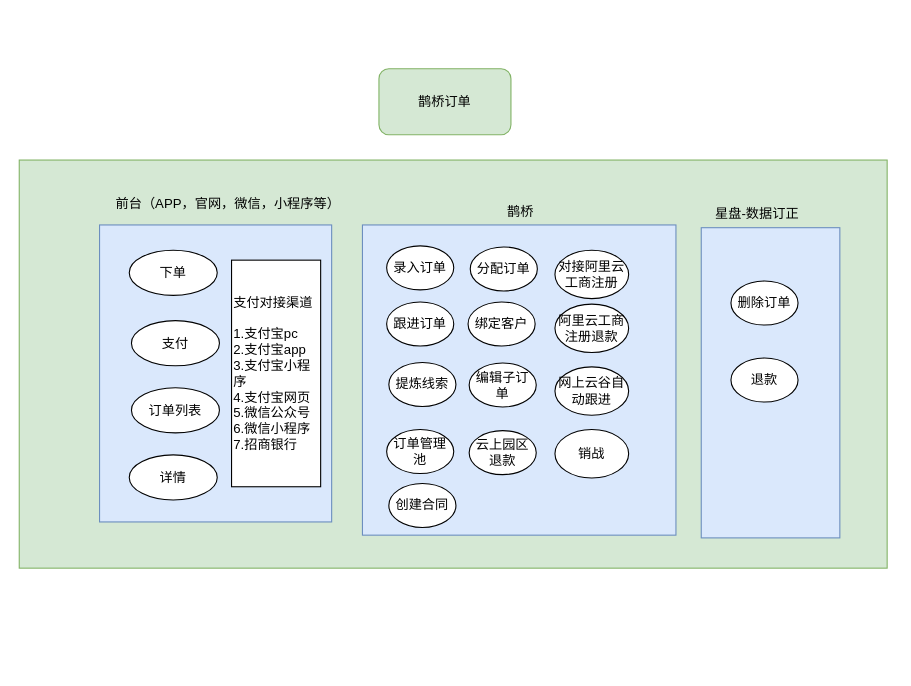
Earlier version of the draw.io diagram 订单用例.drawio (zhaoershuang/flow-chart). Source tidied: cells renumbered, new cells numbered last; positions are measured from the earlier drawing's top-left corner, leaving out a move shared by most shapes. Both pictures are drawn from the tidied source at 110%, with x=0, y=0 at pixel (19, 68).
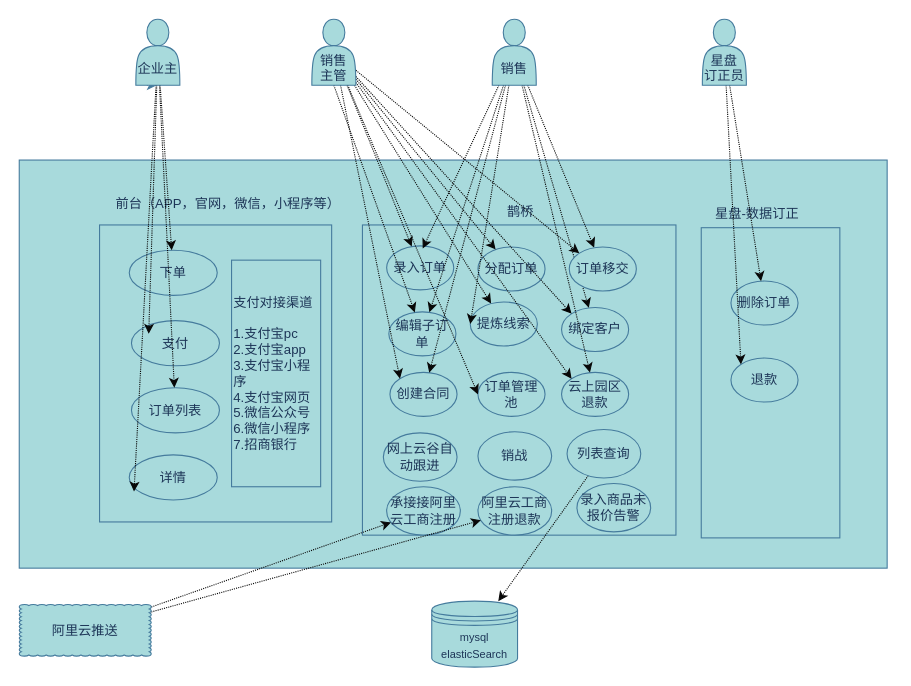
The same page after the edit.

Commit message (it also covers changes not shown here):
更新订单用例.drawio

The edit, as a diff of the source:
```diff
@@
-    <mxCell id="2" value="鹊桥订单" style="rounded=1;whiteSpace=wrap;html=1;fillColor=#d5e8d4;strokeColor=#82b366;" parent="1" vertex="1">
-      <mxGeometry x="327" width="120" height="60" as="geometry" />
-    </mxCell>
-    <mxCell id="3" style="rounded=0;whiteSpace=wrap;html=1;glass=0;fillColor=#d5e8d4;strokeColor=#82b366;" parent="1" vertex="1">
+    <mxCell id="3" style="whiteSpace=wrap;html=1;glass=0;fillColor=#A8DADC;strokeColor=#457B9D;fontColor=#1D3557;" parent="1" vertex="1">
       <mxGeometry y="83" width="789" height="371" as="geometry" />
     </mxCell>
-    <mxCell id="4" style="rounded=0;whiteSpace=wrap;html=1;glass=0;fillColor=#dae8fc;strokeColor=#6c8ebf;" parent="1" vertex="1">
+    <mxCell id="4" style="whiteSpace=wrap;html=1;glass=0;fillColor=#A8DADC;strokeColor=#457B9D;fontColor=#1D3557;" parent="1" vertex="1">
       <mxGeometry x="73" y="142" width="211" height="270" as="geometry" />
     </mxCell>
-    <mxCell id="5" value="前台（APP，官网，微信，小程序等）" style="text;html=1;strokeColor=none;fillColor=none;align=center;verticalAlign=middle;whiteSpace=wrap;rounded=0;glass=0;" parent="1" vertex="1">
+    <mxCell id="5" value="前台（APP，官网，微信，小程序等）" style="text;html=1;strokeColor=none;fillColor=none;align=center;verticalAlign=middle;whiteSpace=wrap;glass=0;fontColor=#1D3557;" parent="1" vertex="1">
       <mxGeometry x="68" y="110" width="244" height="25" as="geometry" />
     </mxCell>
-    <mxCell id="6" value="下单" style="ellipse;whiteSpace=wrap;html=1;rounded=0;glass=0;" parent="1" vertex="1">
+    <mxCell id="6" value="下单" style="ellipse;whiteSpace=wrap;html=1;glass=0;fillColor=#A8DADC;strokeColor=#457B9D;fontColor=#1D3557;" parent="1" vertex="1">
       <mxGeometry x="100" y="165" width="80" height="41" as="geometry" />
     </mxCell>
-    <mxCell id="7" value="支付" style="ellipse;whiteSpace=wrap;html=1;rounded=0;glass=0;" parent="1" vertex="1">
+    <mxCell id="7" value="支付" style="ellipse;whiteSpace=wrap;html=1;glass=0;fillColor=#A8DADC;strokeColor=#457B9D;fontColor=#1D3557;" parent="1" vertex="1">
       <mxGeometry x="102" y="229" width="80" height="41" as="geometry" />
     </mxCell>
-    <mxCell id="8" value="订单列表" style="ellipse;whiteSpace=wrap;html=1;rounded=0;glass=0;" parent="1" vertex="1">
+    <mxCell id="8" value="订单列表" style="ellipse;whiteSpace=wrap;html=1;glass=0;fillColor=#A8DADC;strokeColor=#457B9D;fontColor=#1D3557;" parent="1" vertex="1">
       <mxGeometry x="102" y="290" width="80" height="41" as="geometry" />
     </mxCell>
-    <mxCell id="9" value="详情" style="ellipse;whiteSpace=wrap;html=1;rounded=0;glass=0;" parent="1" vertex="1">
+    <mxCell id="9" value="详情" style="ellipse;whiteSpace=wrap;html=1;glass=0;fillColor=#A8DADC;strokeColor=#457B9D;fontColor=#1D3557;" parent="1" vertex="1">
       <mxGeometry x="100" y="351" width="80" height="41" as="geometry" />
     </mxCell>
-    <mxCell id="10" style="rounded=0;whiteSpace=wrap;html=1;glass=0;fillColor=#dae8fc;strokeColor=#6c8ebf;" parent="1" vertex="1">
+    <mxCell id="10" style="whiteSpace=wrap;html=1;glass=0;fillColor=#A8DADC;strokeColor=#457B9D;fontColor=#1D3557;" parent="1" vertex="1">
       <mxGeometry x="312" y="142" width="285" height="282" as="geometry" />
     </mxCell>
-    <mxCell id="11" value="鹊桥" style="text;html=1;strokeColor=none;fillColor=none;align=center;verticalAlign=middle;whiteSpace=wrap;rounded=0;glass=0;" parent="1" vertex="1">
+    <mxCell id="11" value="鹊桥" style="text;html=1;strokeColor=none;fillColor=none;align=center;verticalAlign=middle;whiteSpace=wrap;glass=0;fontColor=#1D3557;" parent="1" vertex="1">
       <mxGeometry x="334" y="117" width="244" height="25" as="geometry" />
     </mxCell>
-    <mxCell id="12" value="录入订单" style="ellipse;whiteSpace=wrap;html=1;rounded=0;glass=0;" parent="1" vertex="1">
+    <mxCell id="12" value="录入订单" style="ellipse;whiteSpace=wrap;html=1;glass=0;fillColor=#A8DADC;strokeColor=#457B9D;fontColor=#1D3557;" parent="1" vertex="1">
       <mxGeometry x="334" y="161" width="61" height="40" as="geometry" />
     </mxCell>
-    <mxCell id="13" value="分配订单" style="ellipse;whiteSpace=wrap;html=1;rounded=0;glass=0;" parent="1" vertex="1">
-      <mxGeometry x="410" y="162" width="61" height="40" as="geometry" />
+    <mxCell id="13" value="分配订单" style="ellipse;whiteSpace=wrap;html=1;glass=0;fillColor=#A8DADC;strokeColor=#457B9D;fontColor=#1D3557;" parent="1" vertex="1">
+      <mxGeometry x="417" y="162" width="61" height="40" as="geometry" />
     </mxCell>
-    <mxCell id="14" value="跟进订单" style="ellipse;whiteSpace=wrap;html=1;rounded=0;glass=0;" parent="1" vertex="1">
-      <mxGeometry x="334" y="212" width="61" height="40" as="geometry" />
-    </mxCell>
-    <mxCell id="15" value="绑定客户" style="ellipse;whiteSpace=wrap;html=1;rounded=0;glass=0;" parent="1" vertex="1">
-      <mxGeometry x="408" y="212" width="61" height="40" as="geometry" />
+    <mxCell id="15" value="绑定客户" style="ellipse;whiteSpace=wrap;html=1;glass=0;fillColor=#A8DADC;strokeColor=#457B9D;fontColor=#1D3557;" parent="1" vertex="1">
+      <mxGeometry x="493" y="217" width="61" height="40" as="geometry" />
     </mxCell>
-    <mxCell id="16" value="编辑子订单" style="ellipse;whiteSpace=wrap;html=1;rounded=0;glass=0;" parent="1" vertex="1">
-      <mxGeometry x="409" y="267.5" width="61" height="40" as="geometry" />
+    <mxCell id="16" value="编辑子订单" style="ellipse;whiteSpace=wrap;html=1;glass=0;fillColor=#A8DADC;strokeColor=#457B9D;fontColor=#1D3557;" parent="1" vertex="1">
+      <mxGeometry x="336" y="221" width="61" height="40" as="geometry" />
     </mxCell>
-    <mxCell id="17" value="云上园区退款" style="ellipse;whiteSpace=wrap;html=1;rounded=0;glass=0;" parent="1" vertex="1">
-      <mxGeometry x="409" y="329" width="61" height="40" as="geometry" />
+    <mxCell id="17" value="云上园区退款" style="ellipse;whiteSpace=wrap;html=1;glass=0;fillColor=#A8DADC;strokeColor=#457B9D;fontColor=#1D3557;" parent="1" vertex="1">
+      <mxGeometry x="493" y="276" width="61" height="40" as="geometry" />
     </mxCell>
-    <mxCell id="18" value="订单管理池" style="ellipse;whiteSpace=wrap;html=1;rounded=0;glass=0;" parent="1" vertex="1">
-      <mxGeometry x="334" y="328" width="61" height="40" as="geometry" />
+    <mxCell id="18" value="订单管理池" style="ellipse;whiteSpace=wrap;html=1;glass=0;fillColor=#A8DADC;strokeColor=#457B9D;fontColor=#1D3557;" parent="1" vertex="1">
+      <mxGeometry x="417" y="276" width="61" height="40" as="geometry" />
     </mxCell>
-    <mxCell id="19" value="支付对接渠道&lt;br&gt;&lt;br&gt;1.支付宝pc&lt;br&gt;2.支付宝app&lt;br&gt;3.支付宝小程序&lt;br&gt;4.支付宝网页&lt;br&gt;5.微信公众号&lt;br&gt;6.微信小程序&lt;br&gt;7.招商银行" style="rounded=0;whiteSpace=wrap;html=1;glass=0;align=left;" parent="1" vertex="1">
+    <mxCell id="19" value="支付对接渠道&lt;br&gt;&lt;br&gt;1.支付宝pc&lt;br&gt;2.支付宝app&lt;br&gt;3.支付宝小程序&lt;br&gt;4.支付宝网页&lt;br&gt;5.微信公众号&lt;br&gt;6.微信小程序&lt;br&gt;7.招商银行" style="whiteSpace=wrap;html=1;glass=0;align=left;fillColor=#A8DADC;strokeColor=#457B9D;fontColor=#1D3557;" parent="1" vertex="1">
       <mxGeometry x="193" y="174" width="81" height="206" as="geometry" />
     </mxCell>
-    <mxCell id="20" value="提炼线索" style="ellipse;whiteSpace=wrap;html=1;rounded=0;glass=0;" parent="1" vertex="1">
-      <mxGeometry x="336" y="267" width="61" height="40" as="geometry" />
+    <mxCell id="20" value="提炼线索" style="ellipse;whiteSpace=wrap;html=1;glass=0;fillColor=#A8DADC;strokeColor=#457B9D;fontColor=#1D3557;" parent="1" vertex="1">
+      <mxGeometry x="410" y="212" width="61" height="40" as="geometry" />
     </mxCell>
-    <mxCell id="21" value="对接阿里云工商注册" style="ellipse;whiteSpace=wrap;html=1;rounded=0;glass=0;" parent="1" vertex="1">
-      <mxGeometry x="487" y="165" width="67" height="44" as="geometry" />
+    <mxCell id="21" value="承接接阿里云工商注册" style="ellipse;whiteSpace=wrap;html=1;glass=0;fillColor=#A8DADC;strokeColor=#457B9D;fontColor=#1D3557;" parent="1" vertex="1">
+      <mxGeometry x="334" y="380" width="67" height="44" as="geometry" />
     </mxCell>
-    <mxCell id="22" value="阿里云工商注册退款" style="ellipse;whiteSpace=wrap;html=1;rounded=0;glass=0;" parent="1" vertex="1">
-      <mxGeometry x="487" y="214" width="67" height="44" as="geometry" />
+    <mxCell id="22" value="阿里云工商注册退款" style="ellipse;whiteSpace=wrap;html=1;glass=0;fillColor=#A8DADC;strokeColor=#457B9D;fontColor=#1D3557;" parent="1" vertex="1">
+      <mxGeometry x="417" y="380" width="67" height="44" as="geometry" />
     </mxCell>
-    <mxCell id="23" value="网上云谷自动跟进" style="ellipse;whiteSpace=wrap;html=1;rounded=0;glass=0;" parent="1" vertex="1">
-      <mxGeometry x="487" y="271" width="67" height="44" as="geometry" />
+    <mxCell id="23" value="网上云谷自动跟进" style="ellipse;whiteSpace=wrap;html=1;glass=0;fillColor=#A8DADC;strokeColor=#457B9D;fontColor=#1D3557;" parent="1" vertex="1">
+      <mxGeometry x="331" y="331" width="67" height="44" as="geometry" />
     </mxCell>
-    <mxCell id="24" value="销战" style="ellipse;whiteSpace=wrap;html=1;rounded=0;glass=0;" parent="1" vertex="1">
-      <mxGeometry x="487" y="328" width="67" height="44" as="geometry" />
+    <mxCell id="24" value="销战" style="ellipse;whiteSpace=wrap;html=1;glass=0;fillColor=#A8DADC;strokeColor=#457B9D;fontColor=#1D3557;" parent="1" vertex="1">
+      <mxGeometry x="417" y="330" width="67" height="44" as="geometry" />
     </mxCell>
-    <mxCell id="25" value="星盘-数据订正" style="text;html=1;strokeColor=none;fillColor=none;align=center;verticalAlign=middle;whiteSpace=wrap;rounded=0;glass=0;" parent="1" vertex="1">
+    <mxCell id="25" value="星盘-数据订正" style="text;html=1;strokeColor=none;fillColor=none;align=center;verticalAlign=middle;whiteSpace=wrap;glass=0;fontColor=#1D3557;" parent="1" vertex="1">
       <mxGeometry x="549" y="119" width="244" height="25" as="geometry" />
     </mxCell>
-    <mxCell id="26" style="rounded=0;whiteSpace=wrap;html=1;glass=0;fillColor=#dae8fc;strokeColor=#6c8ebf;" parent="1" vertex="1">
+    <mxCell id="26" style="whiteSpace=wrap;html=1;glass=0;fillColor=#A8DADC;strokeColor=#457B9D;fontColor=#1D3557;" parent="1" vertex="1">
       <mxGeometry x="620" y="144.5" width="126" height="282" as="geometry" />
     </mxCell>
-    <mxCell id="27" value="删除订单" style="ellipse;whiteSpace=wrap;html=1;rounded=0;glass=0;" parent="1" vertex="1">
+    <mxCell id="27" value="删除订单" style="ellipse;whiteSpace=wrap;html=1;glass=0;fillColor=#A8DADC;strokeColor=#457B9D;fontColor=#1D3557;" parent="1" vertex="1">
       <mxGeometry x="647" y="193" width="61" height="40" as="geometry" />
     </mxCell>
-    <mxCell id="28" value="退款" style="ellipse;whiteSpace=wrap;html=1;rounded=0;glass=0;" parent="1" vertex="1">
+    <mxCell id="28" value="退款" style="ellipse;whiteSpace=wrap;html=1;glass=0;fillColor=#A8DADC;strokeColor=#457B9D;fontColor=#1D3557;" parent="1" vertex="1">
       <mxGeometry x="647" y="263" width="61" height="40" as="geometry" />
     </mxCell>
-    <mxCell id="29" value="创建合同" style="ellipse;whiteSpace=wrap;html=1;rounded=0;glass=0;" parent="1" vertex="1">
-      <mxGeometry x="336" y="377" width="61" height="40" as="geometry" />
+    <mxCell id="29" value="创建合同" style="ellipse;whiteSpace=wrap;html=1;glass=0;fillColor=#A8DADC;strokeColor=#457B9D;fontColor=#1D3557;" parent="1" vertex="1">
+      <mxGeometry x="337" y="276" width="61" height="40" as="geometry" />
     </mxCell>
+    <mxCell id="30" style="rounded=1;sketch=0;jettySize=auto;html=1;fillColor=#A8DADC;fontColor=#1D3557;dashed=1;dashPattern=1 1;strokeColor=#080808;" parent="1" edge="1" source="35" target="6">
+      <mxGeometry relative="1" as="geometry" />
+    </mxCell>
+    <mxCell id="31" style="rounded=1;sketch=0;jettySize=auto;html=1;entryX=0.196;entryY=0.293;entryDx=0;entryDy=0;entryPerimeter=0;dashed=1;dashPattern=1 1;fillColor=#A8DADC;fontColor=#1D3557;strokeColor=#080808;" parent="1" edge="1" source="35" target="7">
+      <mxGeometry relative="1" as="geometry" />
+    </mxCell>
+    <mxCell id="32" style="rounded=1;sketch=0;jettySize=auto;html=1;dashed=1;dashPattern=1 1;fillColor=#A8DADC;fontColor=#1D3557;strokeColor=#080808;" parent="1" edge="1" source="35" target="8">
+      <mxGeometry relative="1" as="geometry" />
+    </mxCell>
+    <mxCell id="33" style="edgeStyle=orthogonalEdgeStyle;curved=0;rounded=1;sketch=0;jettySize=auto;html=1;exitX=0.25;exitY=1;exitDx=0;exitDy=0;dashed=1;dashPattern=1 1;strokeColor=#457B9D;fillColor=#A8DADC;fontColor=#1D3557;" parent="1" edge="1" source="35">
+      <mxGeometry relative="1" as="geometry">
+        <mxPoint x="125" y="15" as="targetPoint" />
+      </mxGeometry>
+    </mxCell>
+    <mxCell id="34" style="rounded=1;sketch=0;jettySize=auto;html=1;entryX=0.054;entryY=0.813;entryDx=0;entryDy=0;entryPerimeter=0;dashed=1;dashPattern=1 1;fillColor=#A8DADC;fontColor=#1D3557;strokeColor=#080808;" parent="1" edge="1" source="35" target="9">
+      <mxGeometry relative="1" as="geometry" />
+    </mxCell>
+    <mxCell id="35" value="&lt;br&gt;&lt;br&gt;企业主" style="shape=actor;whiteSpace=wrap;html=1;rounded=0;sketch=0;strokeColor=#457B9D;fillColor=#A8DADC;fontColor=#1D3557;" parent="1" vertex="1">
+      <mxGeometry x="106" y="-45" width="40" height="60" as="geometry" />
+    </mxCell>
+    <mxCell id="36" style="sketch=0;jettySize=auto;html=1;dashed=1;dashPattern=1 1;fillColor=#A8DADC;fontColor=#1D3557;strokeColor=#080808;" parent="1" edge="1" source="45" target="12">
+      <mxGeometry relative="1" as="geometry" />
+    </mxCell>
+    <mxCell id="37" style="sketch=0;jettySize=auto;html=1;entryX=0;entryY=0;entryDx=0;entryDy=0;dashed=1;dashPattern=1 1;fillColor=#A8DADC;fontColor=#1D3557;" parent="1" edge="1" source="45" target="15">
+      <mxGeometry relative="1" as="geometry" />
+    </mxCell>
+    <mxCell id="38" style="sketch=0;jettySize=auto;html=1;dashed=1;dashPattern=1 1;fillColor=#A8DADC;fontColor=#1D3557;strokeColor=#080808;" parent="1" edge="1" source="45" target="20">
+      <mxGeometry relative="1" as="geometry" />
+    </mxCell>
+    <mxCell id="39" style="sketch=0;jettySize=auto;html=1;exitX=0.5;exitY=1;exitDx=0;exitDy=0;dashed=1;dashPattern=1 1;fillColor=#A8DADC;fontColor=#1D3557;strokeColor=#080808;" parent="1" edge="1" source="45" target="16">
+      <mxGeometry relative="1" as="geometry" />
+    </mxCell>
+    <mxCell id="40" style="sketch=0;jettySize=auto;html=1;entryX=0;entryY=0.5;entryDx=0;entryDy=0;dashed=1;dashPattern=1 1;fillColor=#A8DADC;fontColor=#1D3557;strokeColor=#080808;" parent="1" edge="1" source="45" target="18">
+      <mxGeometry relative="1" as="geometry" />
+    </mxCell>
+    <mxCell id="41" style="sketch=0;jettySize=auto;html=1;dashed=1;dashPattern=1 1;fillColor=#A8DADC;fontColor=#1D3557;strokeColor=#080808;entryX=0;entryY=0;entryDx=0;entryDy=0;" parent="1" edge="1" source="45" target="29">
+      <mxGeometry relative="1" as="geometry" />
+    </mxCell>
+    <mxCell id="42" style="edgeStyle=none;sketch=0;jettySize=auto;html=1;entryX=0;entryY=0;entryDx=0;entryDy=0;dashed=1;dashPattern=1 1;strokeColor=#080808;fillColor=#A8DADC;fontColor=#1D3557;" parent="1" edge="1" source="45" target="17">
+      <mxGeometry relative="1" as="geometry" />
+    </mxCell>
+    <mxCell id="43" style="edgeStyle=none;sketch=0;jettySize=auto;html=1;dashed=1;dashPattern=1 1;strokeColor=#080808;fillColor=#A8DADC;fontColor=#1D3557;" parent="1" edge="1" source="45" target="13">
+      <mxGeometry relative="1" as="geometry" />
+    </mxCell>
+    <mxCell id="44" style="edgeStyle=none;sketch=0;jettySize=auto;html=1;entryX=0;entryY=0;entryDx=0;entryDy=0;dashed=1;dashPattern=1 1;strokeColor=#080808;fillColor=#A8DADC;fontColor=#1D3557;" parent="1" edge="1" source="45" target="57">
+      <mxGeometry relative="1" as="geometry" />
+    </mxCell>
+    <mxCell id="45" value="&lt;br&gt;&lt;br&gt;销售&lt;br&gt;主管" style="shape=actor;whiteSpace=wrap;html=1;rounded=0;sketch=0;strokeColor=#457B9D;fillColor=#A8DADC;fontColor=#1D3557;" parent="1" vertex="1">
+      <mxGeometry x="266" y="-45" width="40" height="60" as="geometry" />
+    </mxCell>
+    <mxCell id="46" style="edgeStyle=none;sketch=0;jettySize=auto;html=1;dashed=1;dashPattern=1 1;strokeColor=#080808;fillColor=#A8DADC;fontColor=#1D3557;" parent="1" edge="1" source="53">
+      <mxGeometry relative="1" as="geometry">
+        <mxPoint x="366.8" y="163.5" as="targetPoint" />
+      </mxGeometry>
+    </mxCell>
+    <mxCell id="47" style="edgeStyle=none;sketch=0;jettySize=auto;html=1;dashed=1;dashPattern=1 1;strokeColor=#080808;fillColor=#A8DADC;fontColor=#1D3557;" parent="1" edge="1" source="53" target="16">
+      <mxGeometry relative="1" as="geometry" />
+    </mxCell>
+    <mxCell id="48" style="edgeStyle=none;sketch=0;jettySize=auto;html=1;dashed=1;dashPattern=1 1;strokeColor=#080808;fillColor=#A8DADC;fontColor=#1D3557;" parent="1" edge="1" source="53" target="57">
+      <mxGeometry relative="1" as="geometry" />
+    </mxCell>
+    <mxCell id="49" style="edgeStyle=none;sketch=0;jettySize=auto;html=1;dashed=1;dashPattern=1 1;strokeColor=#080808;fillColor=#A8DADC;fontColor=#1D3557;entryX=0;entryY=0.5;entryDx=0;entryDy=0;" parent="1" edge="1" source="53" target="20">
+      <mxGeometry relative="1" as="geometry" />
+    </mxCell>
+    <mxCell id="50" style="edgeStyle=none;sketch=0;jettySize=auto;html=1;dashed=1;dashPattern=1 1;strokeColor=#080808;fillColor=#A8DADC;fontColor=#1D3557;" parent="1" edge="1" source="53" target="15">
+      <mxGeometry relative="1" as="geometry" />
+    </mxCell>
+    <mxCell id="51" style="edgeStyle=none;sketch=0;jettySize=auto;html=1;dashed=1;dashPattern=1 1;strokeColor=#080808;fillColor=#A8DADC;fontColor=#1D3557;" parent="1" edge="1" source="53" target="29">
+      <mxGeometry relative="1" as="geometry" />
+    </mxCell>
+    <mxCell id="52" style="edgeStyle=none;sketch=0;jettySize=auto;html=1;dashed=1;dashPattern=1 1;strokeColor=#080808;fillColor=#A8DADC;fontColor=#1D3557;" parent="1" edge="1" source="53" target="17">
+      <mxGeometry relative="1" as="geometry" />
+    </mxCell>
+    <mxCell id="53" value="&lt;br&gt;&lt;br&gt;销售" style="shape=actor;whiteSpace=wrap;html=1;rounded=0;sketch=0;strokeColor=#457B9D;fillColor=#A8DADC;fontColor=#1D3557;" parent="1" vertex="1">
+      <mxGeometry x="430" y="-45" width="40" height="60" as="geometry" />
+    </mxCell>
+    <mxCell id="54" style="edgeStyle=none;sketch=0;jettySize=auto;html=1;dashed=1;dashPattern=1 1;strokeColor=#080808;fillColor=#A8DADC;fontColor=#1D3557;" parent="1" edge="1" source="56" target="27">
+      <mxGeometry relative="1" as="geometry" />
+    </mxCell>
+    <mxCell id="55" style="edgeStyle=none;sketch=0;jettySize=auto;html=1;entryX=0;entryY=0;entryDx=0;entryDy=0;dashed=1;dashPattern=1 1;strokeColor=#080808;fillColor=#A8DADC;fontColor=#1D3557;" parent="1" edge="1" source="56" target="28">
+      <mxGeometry relative="1" as="geometry" />
+    </mxCell>
+    <mxCell id="56" value="&lt;br&gt;&lt;br&gt;星盘&lt;br&gt;订正员" style="shape=actor;whiteSpace=wrap;html=1;rounded=0;sketch=0;strokeColor=#457B9D;fillColor=#A8DADC;fontColor=#1D3557;" parent="1" vertex="1">
+      <mxGeometry x="621" y="-45" width="40" height="60" as="geometry" />
+    </mxCell>
+    <mxCell id="57" value="订单移交" style="ellipse;whiteSpace=wrap;html=1;glass=0;fillColor=#A8DADC;strokeColor=#457B9D;fontColor=#1D3557;" parent="1" vertex="1">
+      <mxGeometry x="500" y="162" width="61" height="40" as="geometry" />
+    </mxCell>
+    <mxCell id="58" style="edgeStyle=none;sketch=0;jettySize=auto;html=1;dashed=1;dashPattern=1 1;strokeColor=#080808;fillColor=#A8DADC;fontColor=#1D3557;" parent="1" edge="1" source="60" target="21">
+      <mxGeometry relative="1" as="geometry" />
+    </mxCell>
+    <mxCell id="59" style="edgeStyle=none;sketch=0;jettySize=auto;html=1;dashed=1;dashPattern=1 1;strokeColor=#080808;fillColor=#A8DADC;fontColor=#1D3557;" parent="1" edge="1" source="60" target="22">
+      <mxGeometry relative="1" as="geometry" />
+    </mxCell>
+    <mxCell id="60" value="阿里云推送" style="whiteSpace=wrap;html=1;shape=mxgraph.basic.cloud_rect;rounded=0;sketch=0;strokeColor=#457B9D;fillColor=#A8DADC;fontColor=#1D3557;" parent="1" vertex="1">
+      <mxGeometry y="487" width="120" height="47" as="geometry" />
+    </mxCell>
+    <mxCell id="61" style="edgeStyle=none;sketch=0;jettySize=auto;html=1;dashed=1;dashPattern=1 1;strokeColor=#080808;fillColor=#A8DADC;fontColor=#1D3557;" parent="1" edge="1" source="62" target="63">
+      <mxGeometry relative="1" as="geometry" />
+    </mxCell>
+    <mxCell id="62" value="列表查询" style="ellipse;whiteSpace=wrap;html=1;glass=0;fillColor=#A8DADC;strokeColor=#457B9D;fontColor=#1D3557;" parent="1" vertex="1">
+      <mxGeometry x="498" y="328" width="67" height="44" as="geometry" />
+    </mxCell>
+    <mxCell id="63" value="&lt;font style=&quot;font-size: 10px&quot;&gt;mysql&lt;br&gt;elasticSearch&lt;br&gt;&lt;/font&gt;" style="shape=datastore;whiteSpace=wrap;html=1;rounded=0;sketch=0;strokeColor=#457B9D;fillColor=#A8DADC;fontColor=#1D3557;" parent="1" vertex="1">
+      <mxGeometry x="375" y="484" width="78" height="60" as="geometry" />
+    </mxCell>
+    <mxCell id="64" value="录入商品未报价告警" style="ellipse;whiteSpace=wrap;html=1;glass=0;fillColor=#A8DADC;strokeColor=#457B9D;fontColor=#1D3557;" parent="1" vertex="1">
+      <mxGeometry x="507" y="377" width="67" height="44" as="geometry" />
+    </mxCell>
```
